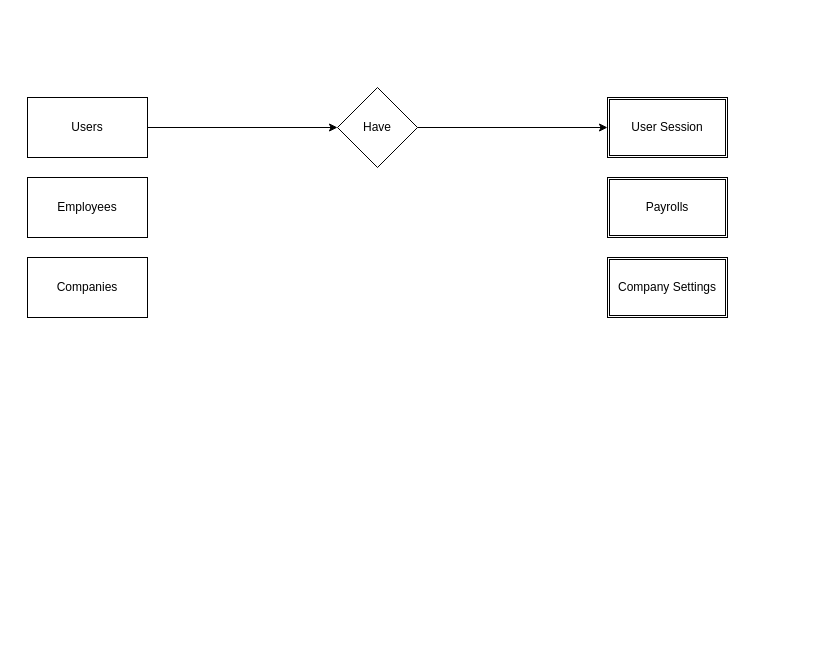
The draw.io diagram apps/docs/DER-Gestor.drawio in giuliosa/gestor-app, before the edit. Source tidied: cells renumbered, new cells numbered last; positions are measured from the earlier drawing's top-left corner, leaving out a move shared by most shapes. Both pictures are drawn from the tidied source at 100%, with x=0, y=0 at pixel (27, 87).
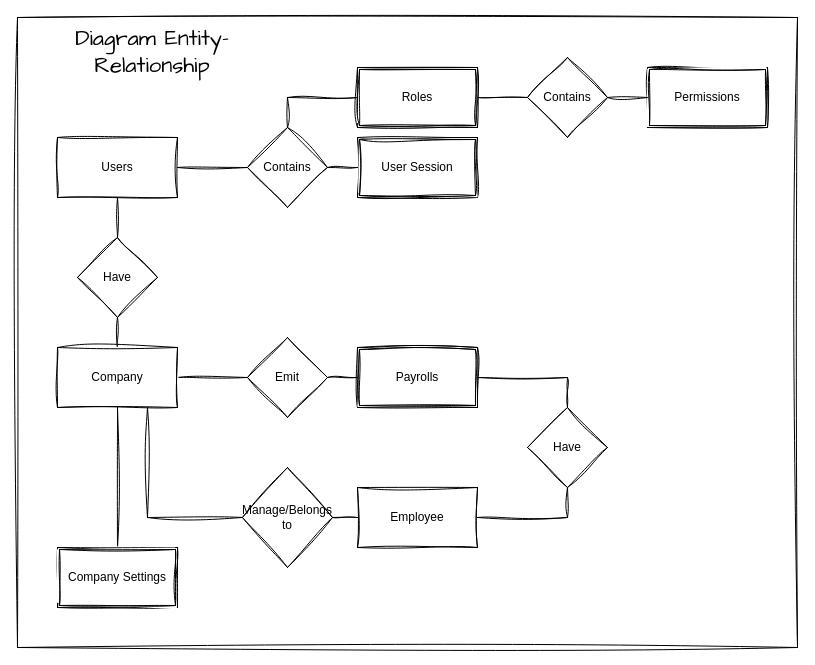
The same diagram, later.

Diff of the diagram source:
```diff
@@
+    <mxCell id="11" style="rounded=0;whiteSpace=wrap;html=1;sketch=1;hachureGap=4;jiggle=2;curveFitting=1;fontFamily=Architects Daughter;" parent="1" vertex="1">
+      <mxGeometry x="-10" y="-70" width="780" height="630" as="geometry" />
+    </mxCell>
+    <mxCell id="12" style="edgeStyle=orthogonalEdgeStyle;rounded=0;jettySize=auto;html=1;exitX=0.5;exitY=0;exitDx=0;exitDy=0;entryX=0.5;entryY=1;entryDx=0;entryDy=0;sketch=1;curveFitting=1;jiggle=2;endArrow=none;startFill=0;" parent="1" edge="1" source="2" target="19">
+      <mxGeometry relative="1" as="geometry" />
+    </mxCell>
+    <mxCell id="13" style="edgeStyle=orthogonalEdgeStyle;rounded=0;jettySize=auto;html=1;exitX=1;exitY=0.5;exitDx=0;exitDy=0;entryX=0;entryY=0.5;entryDx=0;entryDy=0;sketch=1;curveFitting=1;jiggle=2;endArrow=none;startFill=0;" parent="1" edge="1" source="2" target="21">
+      <mxGeometry relative="1" as="geometry" />
+    </mxCell>
+    <mxCell id="14" style="edgeStyle=orthogonalEdgeStyle;rounded=0;jettySize=auto;html=1;exitX=0.5;exitY=1;exitDx=0;exitDy=0;entryX=0.5;entryY=0;entryDx=0;entryDy=0;sketch=1;curveFitting=1;jiggle=2;endArrow=none;startFill=0;" parent="1" edge="1" source="2" target="8">
+      <mxGeometry relative="1" as="geometry" />
+    </mxCell>
+    <mxCell id="15" style="edgeStyle=orthogonalEdgeStyle;rounded=0;jettySize=auto;html=1;exitX=0.75;exitY=1;exitDx=0;exitDy=0;entryX=0;entryY=0.5;entryDx=0;entryDy=0;sketch=1;curveFitting=1;jiggle=2;endArrow=none;startFill=0;" parent="1" edge="1" source="2" target="23">
+      <mxGeometry relative="1" as="geometry" />
+    </mxCell>
-    <mxCell id="2" value="&lt;div&gt;Companies&lt;/div&gt;" style="rounded=0;whiteSpace=wrap;html=1;" parent="1" vertex="1">
-      <mxGeometry y="170" width="120" height="60" as="geometry" />
+    <mxCell id="2" value="Company" style="rounded=0;whiteSpace=wrap;html=1;sketch=1;curveFitting=1;jiggle=2;" parent="1" vertex="1">
+      <mxGeometry x="30" y="260" width="120" height="60" as="geometry" />
     </mxCell>
-    <mxCell id="3" value="&lt;div&gt;Employees&lt;/div&gt;" style="rounded=0;whiteSpace=wrap;html=1;" parent="1" vertex="1">
-      <mxGeometry y="90" width="120" height="60" as="geometry" />
+    <mxCell id="3" value="&lt;div&gt;Employee&lt;/div&gt;" style="rounded=0;whiteSpace=wrap;html=1;sketch=1;curveFitting=1;jiggle=2;" parent="1" vertex="1">
+      <mxGeometry x="330" y="400" width="120" height="60" as="geometry" />
     </mxCell>
-    <mxCell id="4" style="rounded=0;jettySize=auto;html=1;exitX=1;exitY=0.5;exitDx=0;exitDy=0;entryX=0;entryY=0.5;entryDx=0;entryDy=0;" parent="1" edge="1" source="5" target="10">
+    <mxCell id="4" style="rounded=0;jettySize=auto;html=1;exitX=1;exitY=0.5;exitDx=0;exitDy=0;entryX=0;entryY=0.5;entryDx=0;entryDy=0;sketch=1;curveFitting=1;jiggle=2;endArrow=none;startFill=0;" parent="1" edge="1" source="5" target="10">
       <mxGeometry relative="1" as="geometry" />
     </mxCell>
-    <mxCell id="5" value="&lt;div&gt;Users&lt;/div&gt;" style="rounded=0;whiteSpace=wrap;html=1;" parent="1" vertex="1">
-      <mxGeometry y="10" width="120" height="60" as="geometry" />
+    <mxCell id="5" value="&lt;div&gt;Users&lt;/div&gt;" style="rounded=0;whiteSpace=wrap;html=1;sketch=1;curveFitting=1;jiggle=2;" parent="1" vertex="1">
+      <mxGeometry x="30" y="50" width="120" height="60" as="geometry" />
     </mxCell>
-    <mxCell id="6" value="User Session" style="shape=ext;double=1;rounded=0;whiteSpace=wrap;html=1;" parent="1" vertex="1">
-      <mxGeometry x="580" y="10" width="120" height="60" as="geometry" />
+    <mxCell id="6" value="User Session" style="shape=ext;double=1;rounded=0;whiteSpace=wrap;html=1;sketch=1;curveFitting=1;jiggle=2;" parent="1" vertex="1">
+      <mxGeometry x="330" y="50" width="120" height="60" as="geometry" />
     </mxCell>
+    <mxCell id="16" style="edgeStyle=orthogonalEdgeStyle;rounded=0;sketch=1;hachureGap=4;jiggle=2;curveFitting=1;jettySize=auto;html=1;exitX=1;exitY=0.5;exitDx=0;exitDy=0;entryX=0.5;entryY=0;entryDx=0;entryDy=0;fontFamily=Architects Daughter;endArrow=none;startFill=0;" parent="1" edge="1" source="7" target="25">
+      <mxGeometry relative="1" as="geometry" />
+    </mxCell>
-    <mxCell id="7" value="Payrolls" style="shape=ext;double=1;rounded=0;whiteSpace=wrap;html=1;" parent="1" vertex="1">
-      <mxGeometry x="580" y="90" width="120" height="60" as="geometry" />
+    <mxCell id="7" value="Payrolls" style="shape=ext;double=1;rounded=0;whiteSpace=wrap;html=1;sketch=1;curveFitting=1;jiggle=2;" parent="1" vertex="1">
+      <mxGeometry x="330" y="260" width="120" height="60" as="geometry" />
     </mxCell>
-    <mxCell id="8" value="Company Settings" style="shape=ext;double=1;rounded=0;whiteSpace=wrap;html=1;" parent="1" vertex="1">
-      <mxGeometry x="580" y="170" width="120" height="60" as="geometry" />
+    <mxCell id="8" value="Company Settings" style="shape=ext;double=1;rounded=0;whiteSpace=wrap;html=1;sketch=1;curveFitting=1;jiggle=2;" parent="1" vertex="1">
+      <mxGeometry x="30" y="460" width="120" height="60" as="geometry" />
     </mxCell>
-    <mxCell id="9" style="edgeStyle=orthogonalEdgeStyle;rounded=0;jettySize=auto;html=1;exitX=1;exitY=0.5;exitDx=0;exitDy=0;entryX=0;entryY=0.5;entryDx=0;entryDy=0;" parent="1" edge="1" source="10" target="6">
+    <mxCell id="9" style="edgeStyle=orthogonalEdgeStyle;rounded=0;jettySize=auto;html=1;exitX=1;exitY=0.5;exitDx=0;exitDy=0;entryX=0;entryY=0.5;entryDx=0;entryDy=0;sketch=1;curveFitting=1;jiggle=2;endArrow=none;startFill=0;" parent="1" edge="1" source="10" target="6">
       <mxGeometry relative="1" as="geometry" />
     </mxCell>
+    <mxCell id="17" style="edgeStyle=orthogonalEdgeStyle;rounded=0;jettySize=auto;html=1;exitX=0.5;exitY=0;exitDx=0;exitDy=0;entryX=0;entryY=0.5;entryDx=0;entryDy=0;sketch=1;curveFitting=1;jiggle=2;endArrow=none;startFill=0;" parent="1" edge="1" source="10" target="27">
+      <mxGeometry relative="1" as="geometry" />
+    </mxCell>
-    <mxCell id="10" value="Have" style="rhombus;whiteSpace=wrap;html=1;" parent="1" vertex="1">
-      <mxGeometry x="310" width="80" height="80" as="geometry" />
+    <mxCell id="10" value="Contains" style="rhombus;whiteSpace=wrap;html=1;sketch=1;curveFitting=1;jiggle=2;" parent="1" vertex="1">
+      <mxGeometry x="220" y="40" width="80" height="80" as="geometry" />
     </mxCell>
+    <mxCell id="18" style="edgeStyle=orthogonalEdgeStyle;rounded=0;jettySize=auto;html=1;exitX=0.5;exitY=0;exitDx=0;exitDy=0;entryX=0.5;entryY=1;entryDx=0;entryDy=0;sketch=1;curveFitting=1;jiggle=2;endArrow=none;startFill=0;" parent="1" edge="1" source="19" target="5">
+      <mxGeometry relative="1" as="geometry" />
+    </mxCell>
+    <mxCell id="19" value="Have" style="rhombus;whiteSpace=wrap;html=1;sketch=1;curveFitting=1;jiggle=2;" parent="1" vertex="1">
+      <mxGeometry x="50" y="150" width="80" height="80" as="geometry" />
+    </mxCell>
+    <mxCell id="20" style="edgeStyle=orthogonalEdgeStyle;rounded=0;jettySize=auto;html=1;exitX=1;exitY=0.5;exitDx=0;exitDy=0;entryX=0;entryY=0.5;entryDx=0;entryDy=0;sketch=1;curveFitting=1;jiggle=2;endArrow=none;startFill=0;" parent="1" edge="1" source="21" target="7">
+      <mxGeometry relative="1" as="geometry" />
+    </mxCell>
+    <mxCell id="21" value="Emit" style="rhombus;whiteSpace=wrap;html=1;sketch=1;curveFitting=1;jiggle=2;" parent="1" vertex="1">
+      <mxGeometry x="220" y="250" width="80" height="80" as="geometry" />
+    </mxCell>
+    <mxCell id="22" style="edgeStyle=orthogonalEdgeStyle;rounded=0;jettySize=auto;html=1;exitX=1;exitY=0.5;exitDx=0;exitDy=0;entryX=0;entryY=0.5;entryDx=0;entryDy=0;sketch=1;curveFitting=1;jiggle=2;endArrow=none;startFill=0;" parent="1" edge="1" source="23" target="3">
+      <mxGeometry relative="1" as="geometry" />
+    </mxCell>
+    <mxCell id="23" value="Manage/Belongs to" style="rhombus;whiteSpace=wrap;html=1;sketch=1;curveFitting=1;jiggle=2;" parent="1" vertex="1">
+      <mxGeometry x="215" y="380" width="90" height="100" as="geometry" />
+    </mxCell>
+    <mxCell id="24" style="edgeStyle=orthogonalEdgeStyle;rounded=0;jettySize=auto;html=1;entryX=0.5;entryY=1;entryDx=0;entryDy=0;sketch=1;curveFitting=1;jiggle=2;endArrow=none;startFill=0;" parent="1" edge="1" source="3" target="25">
+      <mxGeometry relative="1" as="geometry" />
+    </mxCell>
+    <mxCell id="25" value="Have" style="rhombus;whiteSpace=wrap;html=1;sketch=1;curveFitting=1;jiggle=2;" parent="1" vertex="1">
+      <mxGeometry x="500" y="320" width="80" height="80" as="geometry" />
+    </mxCell>
+    <mxCell id="26" style="edgeStyle=orthogonalEdgeStyle;rounded=0;sketch=1;hachureGap=4;jiggle=2;curveFitting=1;jettySize=auto;html=1;exitX=1;exitY=0.5;exitDx=0;exitDy=0;entryX=0;entryY=0.5;entryDx=0;entryDy=0;fontFamily=Architects Daughter;endArrow=none;startFill=0;" parent="1" edge="1" source="27" target="30">
+      <mxGeometry relative="1" as="geometry" />
+    </mxCell>
+    <mxCell id="27" value="&lt;div&gt;Roles&lt;/div&gt;" style="shape=ext;double=1;rounded=0;whiteSpace=wrap;html=1;sketch=1;curveFitting=1;jiggle=2;" parent="1" vertex="1">
+      <mxGeometry x="330" y="-20" width="120" height="60" as="geometry" />
+    </mxCell>
+    <mxCell id="28" value="&lt;div&gt;Permissions&lt;/div&gt;" style="shape=ext;double=1;rounded=0;whiteSpace=wrap;html=1;sketch=1;curveFitting=1;jiggle=2;" parent="1" vertex="1">
+      <mxGeometry x="620" y="-20" width="120" height="60" as="geometry" />
+    </mxCell>
+    <mxCell id="29" style="edgeStyle=orthogonalEdgeStyle;rounded=0;sketch=1;hachureGap=4;jiggle=2;curveFitting=1;jettySize=auto;html=1;exitX=1;exitY=0.5;exitDx=0;exitDy=0;entryX=0;entryY=0.5;entryDx=0;entryDy=0;fontFamily=Architects Daughter;endArrow=none;startFill=0;" parent="1" edge="1" source="30" target="28">
+      <mxGeometry relative="1" as="geometry" />
+    </mxCell>
+    <mxCell id="30" value="Contains" style="rhombus;whiteSpace=wrap;html=1;sketch=1;curveFitting=1;jiggle=2;" parent="1" vertex="1">
+      <mxGeometry x="500" y="-30" width="80" height="80" as="geometry" />
+    </mxCell>
+    <mxCell id="31" value="&lt;font style=&quot;font-size: 22px;&quot;&gt;Diagram Entity-Relationship&lt;/font&gt;" style="text;html=1;align=center;verticalAlign=middle;whiteSpace=wrap;rounded=0;fontFamily=Architects Daughter;" parent="1" vertex="1">
+      <mxGeometry x="10" y="-50" width="230" height="30" as="geometry" />
+    </mxCell>
```
